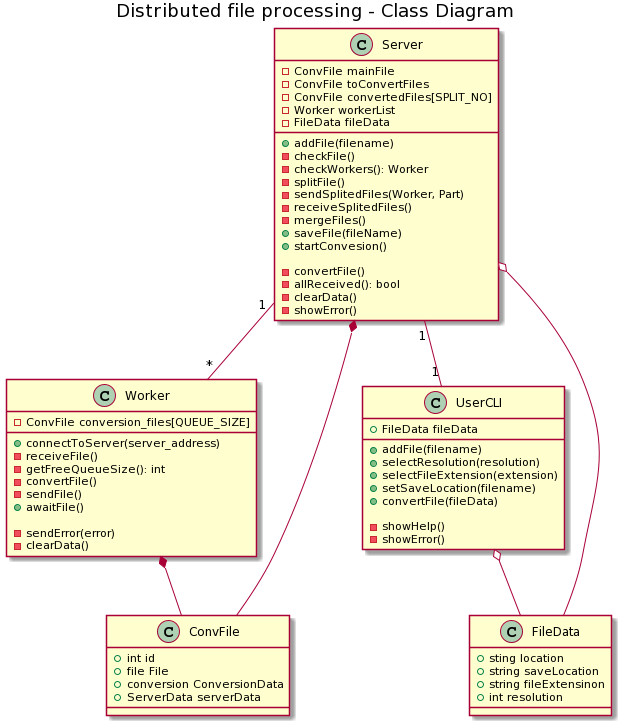
This is docs/uml_diagram.png from ArturBa/distributed_file_processing, a PlantUML export, as it was before one commit.
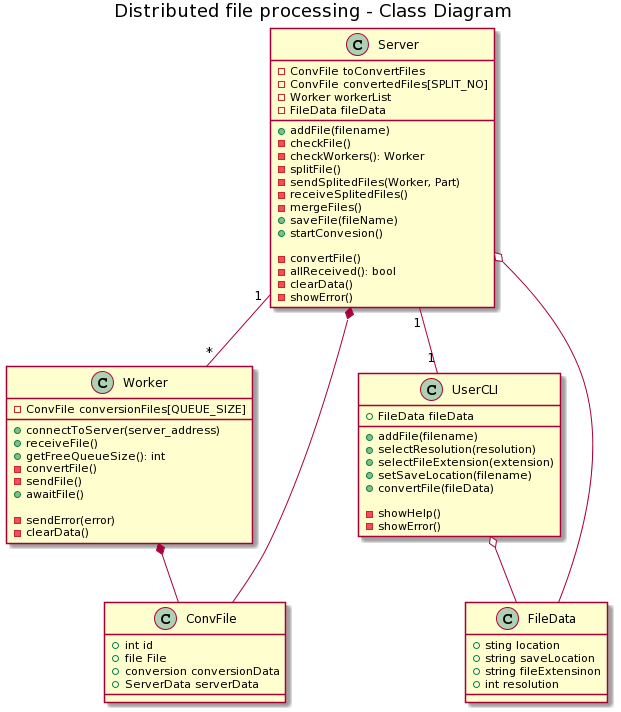
Above is the later version.

Commit message:
Update use case with class names

Change to the diagram source:
```diff
@@ -3,11 +3,11 @@
 
 
 class Worker {
-    -ConvFile conversion_files[QUEUE_SIZE]
+    -ConvFile conversionFiles[QUEUE_SIZE]
 
     +connectToServer(server_address)
-    -receiveFile()
-    -getFreeQueueSize(): int
+    +receiveFile()
+    +getFreeQueueSize(): int
     -convertFile()
     -sendFile()
     +awaitFile()
@@ -19,14 +19,13 @@
 class ConvFile{
     +int id
     +file File
-    +conversion ConversionData
+    +conversion conversionData
     +ServerData serverData
 }
 
 Worker *-- ConvFile
 
 class Server{
-    -ConvFile mainFile
     -ConvFile toConvertFiles
     -ConvFile convertedFiles[SPLIT_NO]
     -Worker workerList
```
